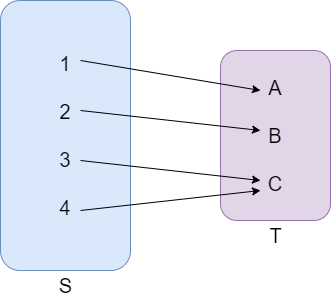
Earlier version of the draw.io export static/blog/set-theory/ontoFunction.png (serialphotog/hackeradam.com). Source tidied: cells renumbered, new cells last; positions are measured from the earlier drawing's top-left corner, leaving out a move shared by most shapes. Source of this version:
```xml
<mxGraphModel>
  <root>
    <mxCell id="0" />
    <mxCell id="1" parent="0" />
    <mxCell id="2" value="A&lt;br&gt;&lt;br&gt;B&lt;br&gt;&lt;br&gt;C" style="rounded=1;whiteSpace=wrap;html=1;fontSize=20;fillColor=#e1d5e7;strokeColor=#9673a6;" parent="1" vertex="1">
      <mxGeometry x="220" y="50" width="110" height="170" as="geometry" />
    </mxCell>
    <mxCell id="3" value="1&lt;br&gt;&lt;br&gt;2&lt;br&gt;&lt;br&gt;3&lt;br&gt;&lt;br&gt;4" style="rounded=1;whiteSpace=wrap;html=1;fontSize=20;fillColor=#dae8fc;strokeColor=#6c8ebf;" parent="1" vertex="1">
      <mxGeometry width="130" height="270" as="geometry" />
    </mxCell>
    <mxCell id="4" value="S" style="text;html=1;align=center;verticalAlign=middle;fontSize=20;" parent="1" vertex="1">
      <mxGeometry x="50" y="270" width="30" height="30" as="geometry" />
    </mxCell>
    <mxCell id="5" value="T" style="text;html=1;align=center;verticalAlign=middle;fontSize=20;" parent="1" vertex="1">
      <mxGeometry x="260" y="220" width="30" height="30" as="geometry" />
    </mxCell>
    <mxCell id="6" style="endArrow=classic;html=1;fontSize=20;" parent="1" edge="1">
      <mxGeometry relative="1" as="geometry">
        <mxPoint x="80" y="60" as="sourcePoint" />
        <mxPoint x="260" y="90" as="targetPoint" />
      </mxGeometry>
    </mxCell>
    <mxCell id="7" style="endArrow=classic;html=1;fontSize=20;" parent="1" edge="1">
      <mxGeometry relative="1" as="geometry">
        <mxPoint x="80" y="110" as="sourcePoint" />
        <mxPoint x="260" y="130" as="targetPoint" />
      </mxGeometry>
    </mxCell>
    <mxCell id="8" style="endArrow=classic;html=1;fontSize=20;" parent="1" edge="1">
      <mxGeometry relative="1" as="geometry">
        <mxPoint x="80" y="160" as="sourcePoint" />
        <mxPoint x="260" y="180" as="targetPoint" />
      </mxGeometry>
    </mxCell>
    <mxCell id="9" style="endArrow=classic;html=1;fontSize=20;" parent="1" edge="1">
      <mxGeometry relative="1" as="geometry">
        <mxPoint x="80" y="210" as="sourcePoint" />
        <mxPoint x="260" y="190" as="targetPoint" />
      </mxGeometry>
    </mxCell>
  </root>
</mxGraphModel>
```
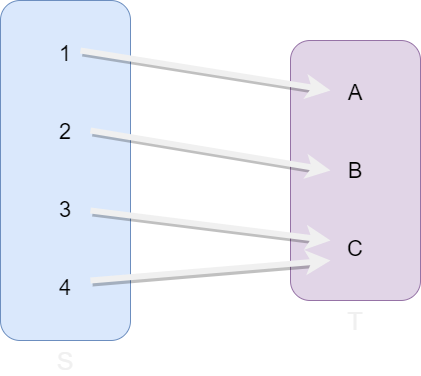
Above is the later version.

Diff of the diagram source:
```diff
@@ -2,41 +2,41 @@
   <root>
     <mxCell id="0" />
     <mxCell id="1" parent="0" />
-    <mxCell id="2" value="A&lt;br&gt;&lt;br&gt;B&lt;br&gt;&lt;br&gt;C" style="rounded=1;whiteSpace=wrap;html=1;fontSize=20;fillColor=#e1d5e7;strokeColor=#9673a6;" parent="1" vertex="1">
-      <mxGeometry x="220" y="50" width="110" height="170" as="geometry" />
+    <mxCell id="2" value="A&lt;br style=&quot;font-size: 22px;&quot;&gt;&lt;br style=&quot;font-size: 22px;&quot;&gt;&lt;br style=&quot;font-size: 22px;&quot;&gt;B&lt;br style=&quot;font-size: 22px;&quot;&gt;&lt;br style=&quot;font-size: 22px;&quot;&gt;&lt;br style=&quot;font-size: 22px;&quot;&gt;C" style="rounded=1;whiteSpace=wrap;html=1;fillColor=#e1d5e7;strokeColor=#9673a6;fontSize=22;fontColor=#000000;" parent="1" vertex="1">
+      <mxGeometry x="290" y="140" width="130" height="260" as="geometry" />
     </mxCell>
-    <mxCell id="3" value="1&lt;br&gt;&lt;br&gt;2&lt;br&gt;&lt;br&gt;3&lt;br&gt;&lt;br&gt;4" style="rounded=1;whiteSpace=wrap;html=1;fontSize=20;fillColor=#dae8fc;strokeColor=#6c8ebf;" parent="1" vertex="1">
-      <mxGeometry width="130" height="270" as="geometry" />
+    <mxCell id="3" value="1&lt;br&gt;&lt;br&gt;&lt;br&gt;2&lt;br&gt;&lt;br&gt;&lt;br&gt;3&lt;br&gt;&lt;br&gt;&lt;br&gt;4" style="rounded=1;whiteSpace=wrap;html=1;fillColor=#dae8fc;strokeColor=#6c8ebf;fontSize=22;fontColor=#000000;" parent="1" vertex="1">
+      <mxGeometry y="100" width="130" height="340" as="geometry" />
     </mxCell>
+    <mxCell id="5" value="T" style="text;html=1;strokeColor=none;fillColor=none;align=center;verticalAlign=middle;whiteSpace=wrap;rounded=0;fontSize=25;" parent="1" vertex="1">
+      <mxGeometry x="335" y="410" width="40" height="20" as="geometry" />
+    </mxCell>
-    <mxCell id="4" value="S" style="text;html=1;align=center;verticalAlign=middle;fontSize=20;" parent="1" vertex="1">
-      <mxGeometry x="50" y="270" width="30" height="30" as="geometry" />
+    <mxCell id="4" value="S" style="text;html=1;strokeColor=none;fillColor=none;align=center;verticalAlign=middle;whiteSpace=wrap;rounded=0;fontSize=25;" parent="1" vertex="1">
+      <mxGeometry x="45" y="450" width="40" height="20" as="geometry" />
     </mxCell>
-    <mxCell id="5" value="T" style="text;html=1;align=center;verticalAlign=middle;fontSize=20;" parent="1" vertex="1">
-      <mxGeometry x="260" y="220" width="30" height="30" as="geometry" />
-    </mxCell>
-    <mxCell id="6" style="endArrow=classic;html=1;fontSize=20;" parent="1" edge="1">
-      <mxGeometry relative="1" as="geometry">
-        <mxPoint x="80" y="60" as="sourcePoint" />
-        <mxPoint x="260" y="90" as="targetPoint" />
-      </mxGeometry>
-    </mxCell>
-    <mxCell id="7" style="endArrow=classic;html=1;fontSize=20;" parent="1" edge="1">
-      <mxGeometry relative="1" as="geometry">
-        <mxPoint x="80" y="110" as="sourcePoint" />
-        <mxPoint x="260" y="130" as="targetPoint" />
-      </mxGeometry>
-    </mxCell>
-    <mxCell id="8" style="endArrow=classic;html=1;fontSize=20;" parent="1" edge="1">
-      <mxGeometry relative="1" as="geometry">
-        <mxPoint x="80" y="160" as="sourcePoint" />
-        <mxPoint x="260" y="180" as="targetPoint" />
-      </mxGeometry>
-    </mxCell>
-    <mxCell id="9" style="endArrow=classic;html=1;fontSize=20;" parent="1" edge="1">
-      <mxGeometry relative="1" as="geometry">
-        <mxPoint x="80" y="210" as="sourcePoint" />
-        <mxPoint x="260" y="190" as="targetPoint" />
-      </mxGeometry>
-    </mxCell>
+    <mxCell id="10" style="endArrow=classic;html=1;shadow=1;fontSize=25;fontColor=#f0f0f0;strokeWidth=6;" parent="1" edge="1">
+      <mxGeometry relative="1" as="geometry">
+        <mxPoint x="80" y="150" as="sourcePoint" />
+        <mxPoint x="330" y="190" as="targetPoint" />
+      </mxGeometry>
+    </mxCell>
+    <mxCell id="11" style="endArrow=classic;html=1;shadow=1;fontSize=25;fontColor=#f0f0f0;strokeWidth=6;" parent="1" edge="1">
+      <mxGeometry relative="1" as="geometry">
+        <mxPoint x="90" y="230" as="sourcePoint" />
+        <mxPoint x="330" y="270" as="targetPoint" />
+      </mxGeometry>
+    </mxCell>
+    <mxCell id="12" style="endArrow=classic;html=1;shadow=1;fontSize=25;fontColor=#f0f0f0;strokeWidth=6;" parent="1" edge="1">
+      <mxGeometry relative="1" as="geometry">
+        <mxPoint x="90" y="310" as="sourcePoint" />
+        <mxPoint x="330" y="340" as="targetPoint" />
+      </mxGeometry>
+    </mxCell>
+    <mxCell id="13" style="endArrow=classic;html=1;shadow=1;fontSize=25;fontColor=#f0f0f0;strokeWidth=6;" parent="1" edge="1">
+      <mxGeometry relative="1" as="geometry">
+        <mxPoint x="90" y="380" as="sourcePoint" />
+        <mxPoint x="330" y="360" as="targetPoint" />
+      </mxGeometry>
+    </mxCell>
   </root>
 </mxGraphModel>
```
